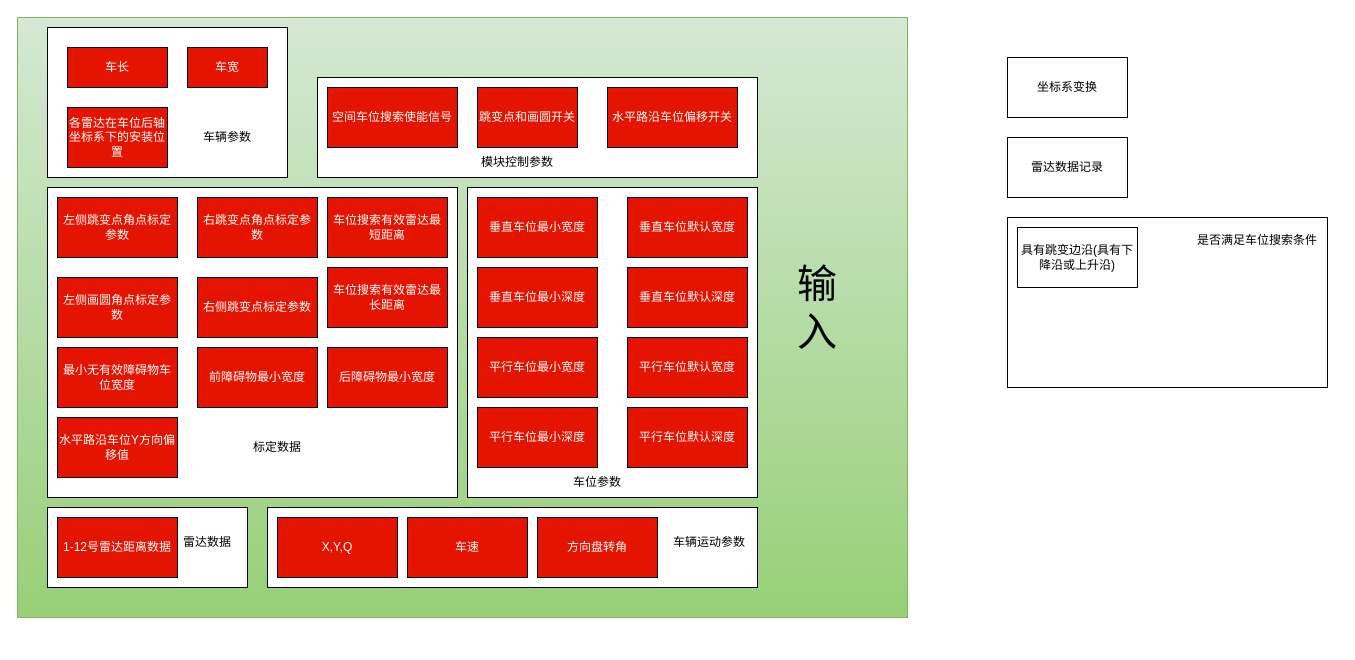
Above: page "空间车位搜索" (1 of 4) of FAPA/FAPA-new.drawio in bugquella/diagrams (draw.io), before the change. Source tidied: cells renumbered, new cells numbered last; positions are measured from the earlier drawing's top-left corner, leaving out a move shared by most shapes. Both pictures are drawn from the tidied source at 100%, with x=0, y=0 at pixel (17, 17).
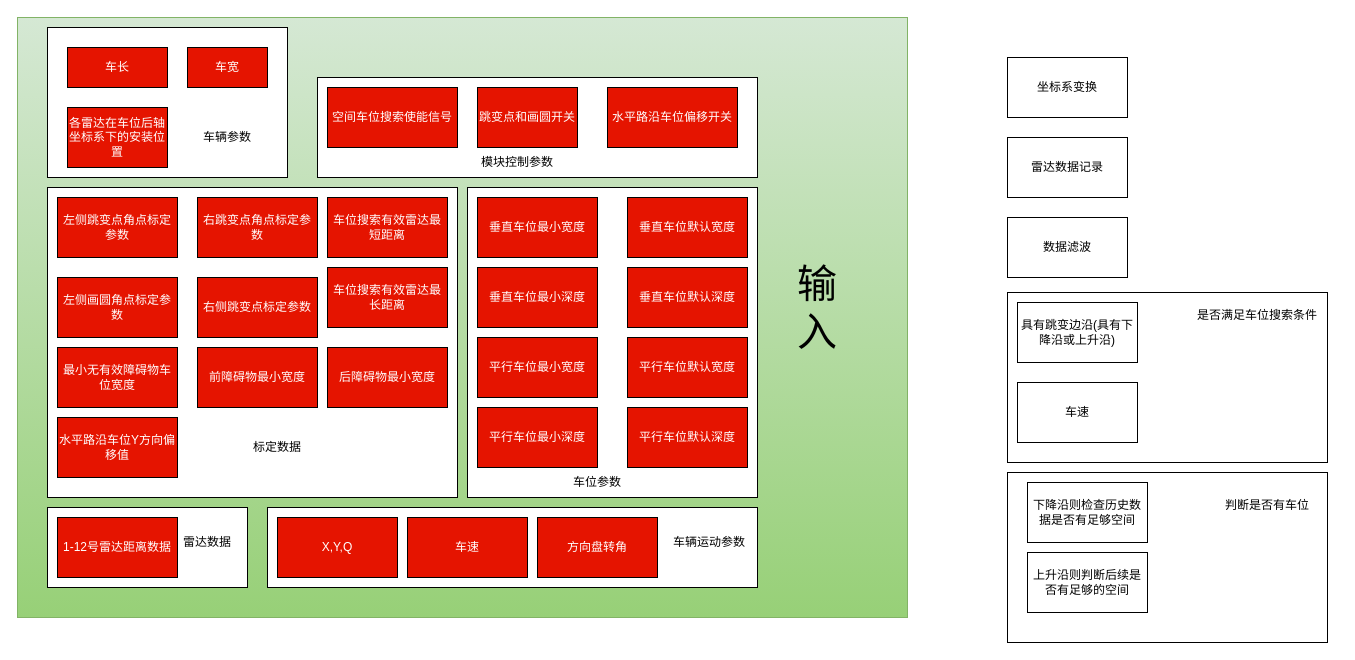
The same diagram, later.

What changed in the source:
```diff
@@
+    <mxCell id="54" style="rounded=0;whiteSpace=wrap;html=1;" parent="1" vertex="1">
+      <mxGeometry x="990" y="455" width="320" height="170" as="geometry" />
+    </mxCell>
@@
     <mxCell id="51" style="rounded=0;whiteSpace=wrap;html=1;" parent="1" vertex="1">
-      <mxGeometry x="990" y="200" width="320" height="170" as="geometry" />
+      <mxGeometry x="990" y="275" width="320" height="170" as="geometry" />
     </mxCell>
     <mxCell id="52" value="具有跳变边沿(具有下降沿或上升沿)" style="rounded=0;whiteSpace=wrap;html=1;" parent="1" vertex="1">
-      <mxGeometry x="1000" y="210" width="120" height="60" as="geometry" />
+      <mxGeometry x="1000" y="285" width="120" height="60" as="geometry" />
     </mxCell>
     <mxCell id="53" value="是否满足车位搜索条件" style="text;html=1;strokeColor=none;fillColor=none;align=center;verticalAlign=middle;whiteSpace=wrap;rounded=0;" parent="1" vertex="1">
-      <mxGeometry x="1170" y="200" width="140" height="45" as="geometry" />
+      <mxGeometry x="1170" y="275" width="140" height="45" as="geometry" />
     </mxCell>
+    <mxCell id="55" value="下降沿则检查历史数据是否有足够空间" style="rounded=0;whiteSpace=wrap;html=1;" parent="1" vertex="1">
+      <mxGeometry x="1010" y="465" width="120" height="60" as="geometry" />
+    </mxCell>
+    <mxCell id="56" value="上升沿则判断后续是否有足够的空间" style="rounded=0;whiteSpace=wrap;html=1;" parent="1" vertex="1">
+      <mxGeometry x="1010" y="535" width="120" height="60" as="geometry" />
+    </mxCell>
+    <mxCell id="57" value="车速" style="rounded=0;whiteSpace=wrap;html=1;" parent="1" vertex="1">
+      <mxGeometry x="1000" y="365" width="120" height="60" as="geometry" />
+    </mxCell>
+    <mxCell id="58" value="判断是否有车位" style="text;html=1;strokeColor=none;fillColor=none;align=center;verticalAlign=middle;whiteSpace=wrap;rounded=0;" parent="1" vertex="1">
+      <mxGeometry x="1180" y="465" width="140" height="45" as="geometry" />
+    </mxCell>
+    <mxCell id="59" value="数据滤波" style="rounded=0;whiteSpace=wrap;html=1;" parent="1" vertex="1">
+      <mxGeometry x="990" y="200" width="120" height="60" as="geometry" />
+    </mxCell>
```
